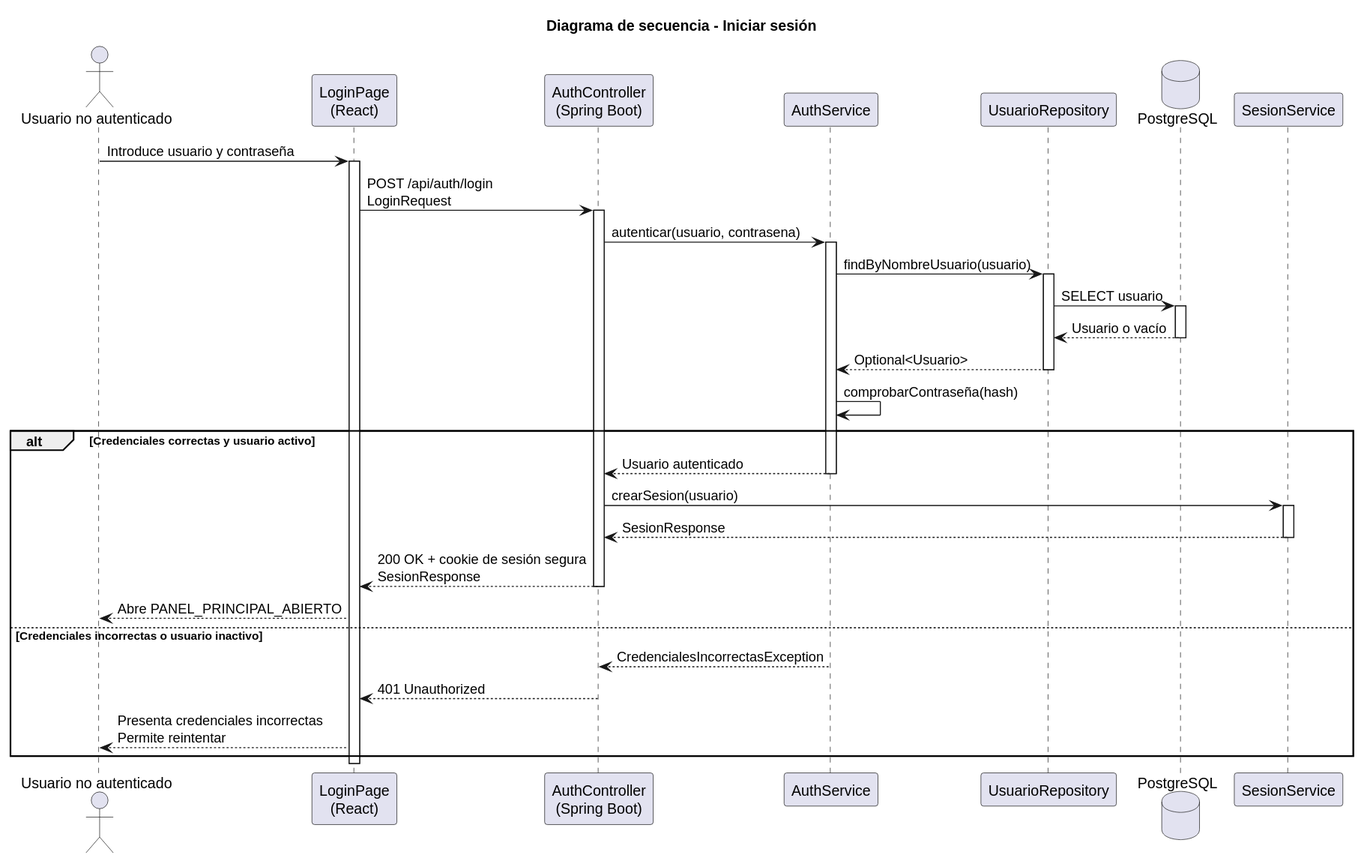
Before: images/RUP/02-diseño/casos-uso/investigador/iniciarSesion/secuencia.svg, a diagram exported from PlantUML (beatriizorozco/25-26-idsw2-sdVC).
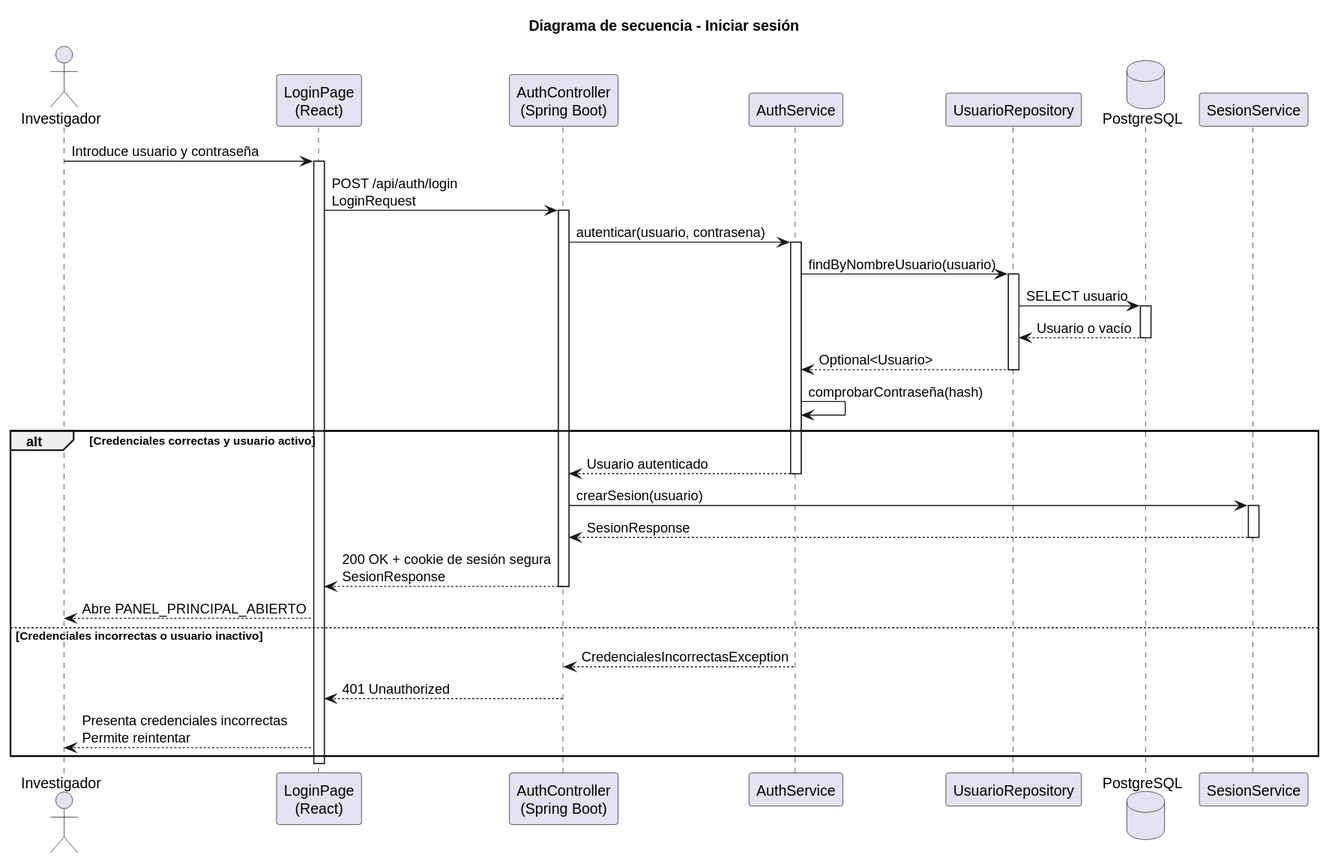
Later version of the same file.

The edit, as a diff of the source:
```diff
@@ -1,7 +1,7 @@
 @startuml
 title Diagrama de secuencia - Iniciar sesión
 
-actor "Usuario no autenticado" as Usuario
+actor Investigador
 participant "LoginPage\n(React)" as Frontend
 participant "AuthController\n(Spring Boot)" as Api
 participant "AuthService" as Auth
@@ -9,7 +9,7 @@
 database "PostgreSQL" as Database
 participant "SesionService" as Sesion
 
-Usuario -> Frontend: Introduce usuario y contraseña
+Investigador -> Frontend: Introduce usuario y contraseña
 activate Frontend
 Frontend -> Api: POST /api/auth/login\nLoginRequest
 activate Api
@@ -34,13 +34,13 @@
     deactivate Sesion
     Api --> Frontend: 200 OK + cookie de sesión segura\nSesionResponse
     deactivate Api
-    Frontend --> Usuario: Abre PANEL_PRINCIPAL_ABIERTO
+    Frontend --> Investigador: Abre PANEL_PRINCIPAL_ABIERTO
 else Credenciales incorrectas o usuario inactivo
     Auth --> Api: CredencialesIncorrectasException
     deactivate Auth
     Api --> Frontend: 401 Unauthorized
     deactivate Api
-    Frontend --> Usuario: Presenta credenciales incorrectas\nPermite reintentar
+    Frontend --> Investigador: Presenta credenciales incorrectas\nPermite reintentar
 end
 deactivate Frontend
 @enduml
```
